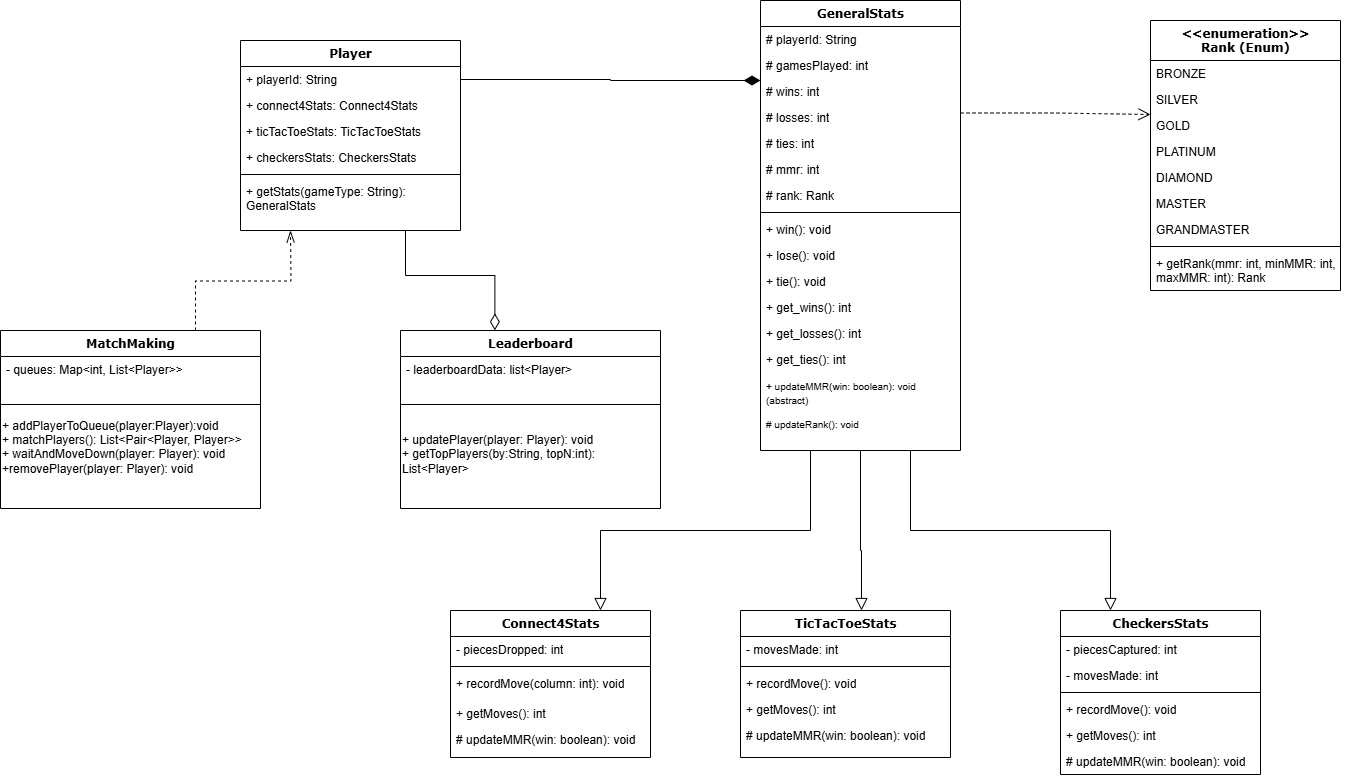
Earlier version of the draw.io export Structure Diagram/class_diagram.png (farshadislam/Socketed-Multigame-GUI). Source tidied: cells renumbered, new cells last; positions are measured from the earlier drawing's top-left corner, leaving out a move shared by most shapes.
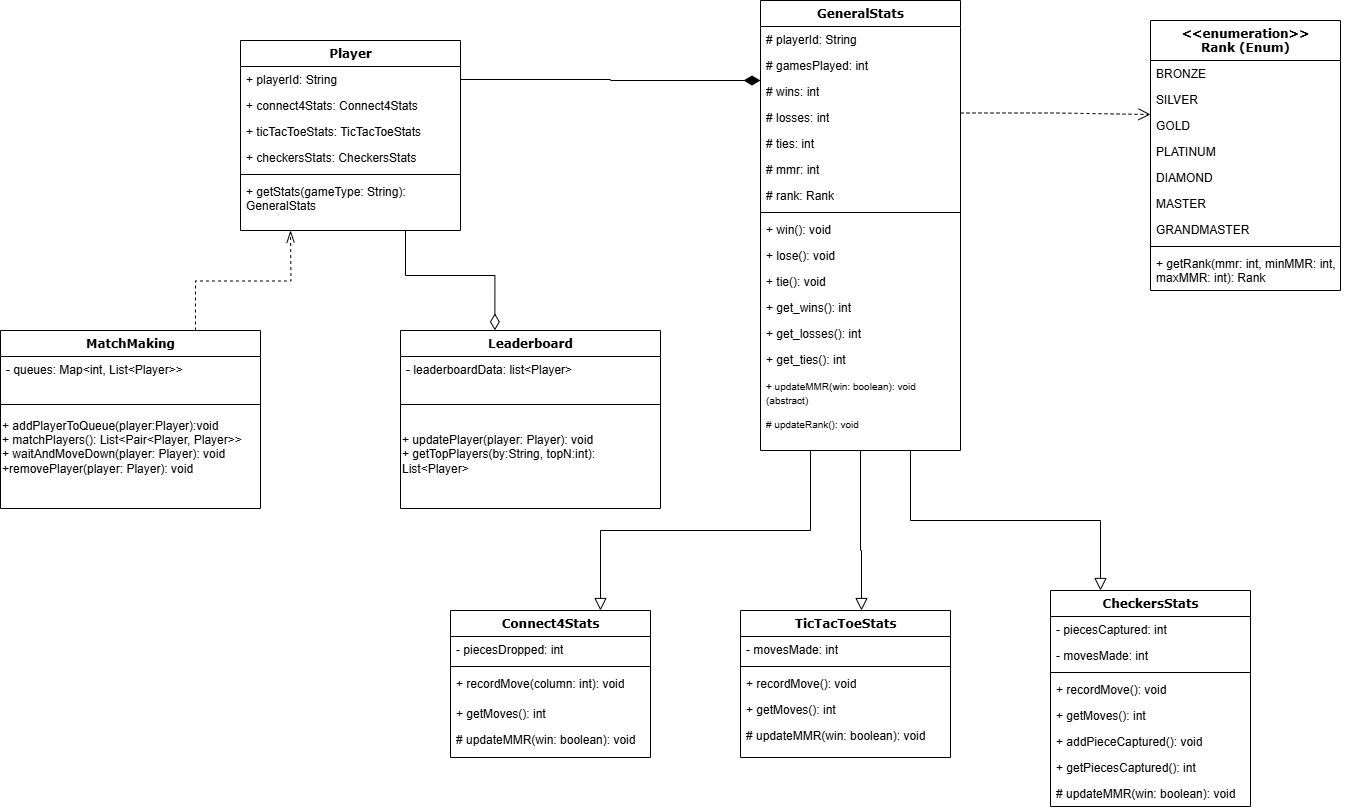
The same diagram one commit later.

Commit message:
added a few missed methods to CheckersStats

What changed in the source:
```diff
@@ -167,7 +167,7 @@
       <mxGeometry y="112" width="210" height="26" as="geometry" />
     </mxCell>
     <mxCell id="56" value="CheckersStats" style="swimlane;html=1;fontStyle=1;align=center;verticalAlign=top;horizontal=1;startSize=26;swimlaneFillColor=#ffffff;rounded=0;shadow=0;comic=0;labelBackgroundColor=none;strokeWidth=1;fillColor=none;fontFamily=Verdana;fontSize=12;" parent="1" vertex="1">
-      <mxGeometry x="1060" y="610" width="200" height="164" as="geometry" />
+      <mxGeometry x="1050" y="590" width="200" height="216" as="geometry" />
     </mxCell>
     <mxCell id="57" value="- piecesCaptured: int" style="text;html=1;strokeColor=none;fillColor=none;align=left;verticalAlign=top;spacingLeft=4;spacingRight=4;whiteSpace=wrap;overflow=hidden;" parent="56" vertex="1">
       <mxGeometry y="26" width="200" height="26" as="geometry" />
@@ -184,8 +184,14 @@
     <mxCell id="61" value="+ getMoves(): int" style="text;html=1;strokeColor=none;fillColor=none;align=left;verticalAlign=top;spacingLeft=4;spacingRight=4;whiteSpace=wrap;overflow=hidden;" parent="56" vertex="1">
       <mxGeometry y="112" width="200" height="26" as="geometry" />
     </mxCell>
+    <mxCell id="71" value="+ addPieceCaptured(): void" style="text;html=1;strokeColor=none;fillColor=none;align=left;verticalAlign=top;spacingLeft=4;spacingRight=4;whiteSpace=wrap;overflow=hidden;" parent="56" vertex="1">
+      <mxGeometry y="138" width="200" height="26" as="geometry" />
+    </mxCell>
+    <mxCell id="72" value="+ getPiecesCaptured(): int" style="text;html=1;strokeColor=none;fillColor=none;align=left;verticalAlign=top;spacingLeft=4;spacingRight=4;whiteSpace=wrap;overflow=hidden;" parent="56" vertex="1">
+      <mxGeometry y="164" width="200" height="26" as="geometry" />
+    </mxCell>
     <mxCell id="62" value="# updateMMR(win: boolean): void" style="text;html=1;strokeColor=none;fillColor=none;align=left;verticalAlign=top;spacingLeft=4;spacingRight=4;whiteSpace=wrap;overflow=hidden;" parent="56" vertex="1">
-      <mxGeometry y="138" width="200" height="26" as="geometry" />
+      <mxGeometry y="190" width="200" height="26" as="geometry" />
     </mxCell>
     <mxCell id="63" value="Leaderboard" style="swimlane;html=1;fontStyle=1;align=center;verticalAlign=top;horizontal=1;startSize=26;swimlaneFillColor=#ffffff;rounded=0;shadow=0;comic=0;labelBackgroundColor=none;strokeWidth=1;fillColor=none;fontFamily=Verdana;fontSize=12;" parent="1" vertex="1">
       <mxGeometry x="400" y="330" width="260" height="178" as="geometry" />
```
